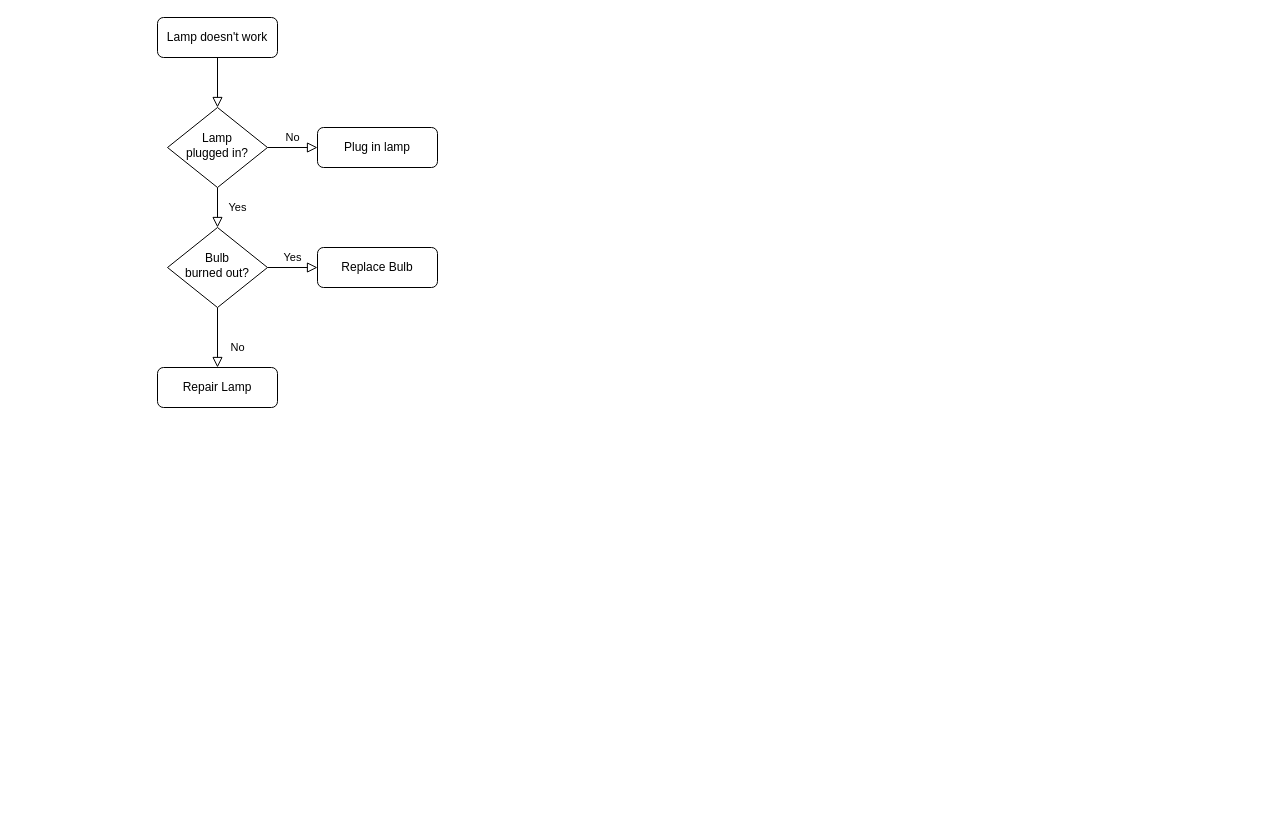
The draw.io diagram 调课迁移.drawio in innocence23/diagrams, before the edit. Source tidied: cells renumbered, new cells numbered last; positions are measured from the earlier drawing's top-left corner, leaving out a move shared by most shapes. Both pictures are drawn from the tidied source at 100%, with x=0, y=0 at pixel (157, 17).
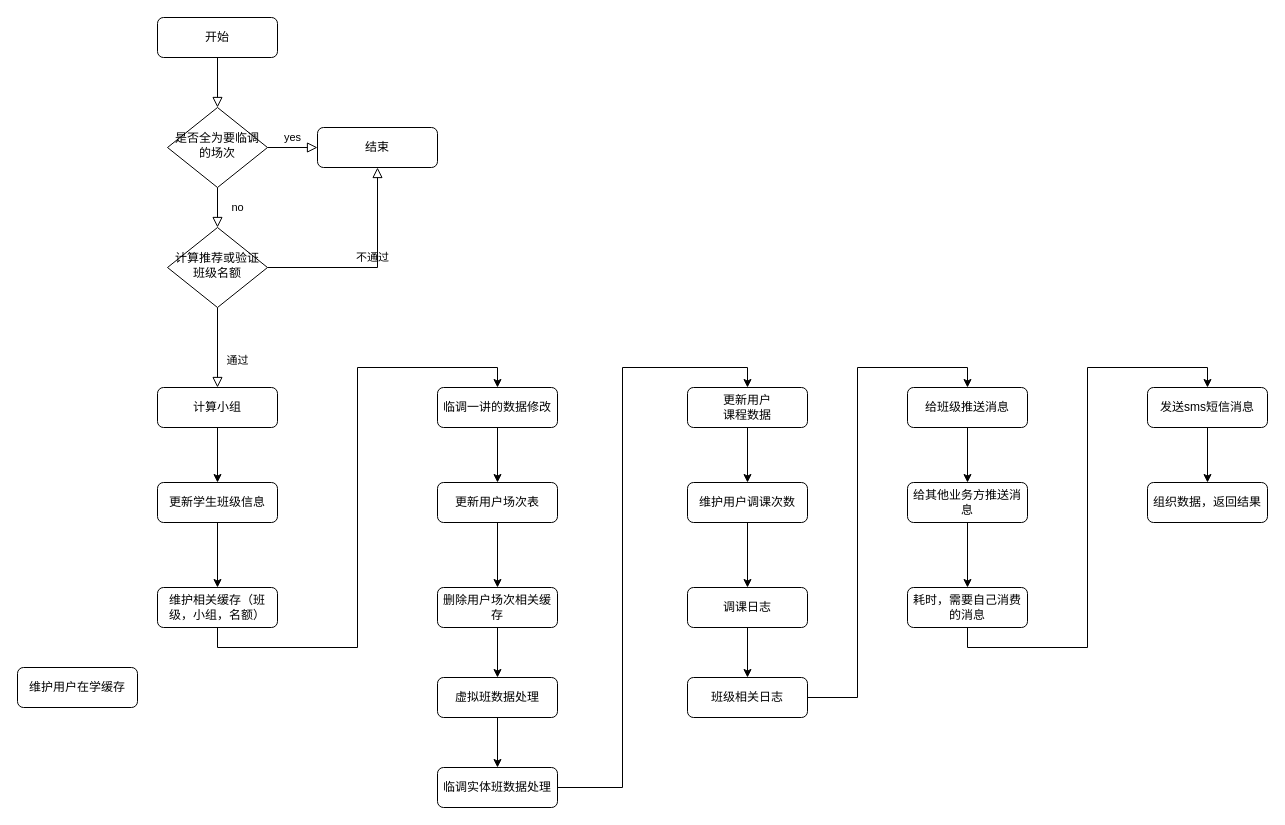
The same diagram, later.

Commit message:
更新调课迁移.drawio

Change to the diagram source:
```diff
@@
-    <mxCell id="3" value="Lamp doesn't work" style="rounded=1;whiteSpace=wrap;html=1;fontSize=12;glass=0;strokeWidth=1;shadow=0;" parent="1" vertex="1">
+    <mxCell id="3" value="开始" style="rounded=1;whiteSpace=wrap;html=1;fontSize=12;glass=0;strokeWidth=1;shadow=0;" parent="1" vertex="1">
       <mxGeometry width="120" height="40" as="geometry" />
     </mxCell>
-    <mxCell id="4" value="Yes" style="rounded=0;html=1;jettySize=auto;fontSize=11;endArrow=block;endFill=0;endSize=8;strokeWidth=1;shadow=0;labelBackgroundColor=none;edgeStyle=orthogonalEdgeStyle;" parent="1" edge="1" source="6" target="10">
+    <mxCell id="4" value="no" style="rounded=0;html=1;jettySize=auto;fontSize=11;endArrow=block;endFill=0;endSize=8;strokeWidth=1;shadow=0;labelBackgroundColor=none;edgeStyle=orthogonalEdgeStyle;" parent="1" edge="1" source="6" target="10">
       <mxGeometry y="20" relative="1" as="geometry" />
     </mxCell>
-    <mxCell id="5" value="No" style="edgeStyle=orthogonalEdgeStyle;rounded=0;html=1;jettySize=auto;fontSize=11;endArrow=block;endFill=0;endSize=8;strokeWidth=1;shadow=0;labelBackgroundColor=none;" parent="1" edge="1" source="6" target="7">
+    <mxCell id="5" value="yes" style="edgeStyle=orthogonalEdgeStyle;rounded=0;html=1;jettySize=auto;fontSize=11;endArrow=block;endFill=0;endSize=8;strokeWidth=1;shadow=0;labelBackgroundColor=none;" parent="1" edge="1" source="6" target="7">
       <mxGeometry y="10" relative="1" as="geometry" />
     </mxCell>
-    <mxCell id="6" value="Lamp&lt;br&gt;plugged in?" style="rhombus;whiteSpace=wrap;html=1;shadow=0;fontFamily=Helvetica;fontSize=12;align=center;strokeWidth=1;spacing=6;spacingTop=-4;" parent="1" vertex="1">
+    <mxCell id="6" value="是否全为要临调的场次" style="rhombus;whiteSpace=wrap;html=1;shadow=0;fontFamily=Helvetica;fontSize=12;align=center;strokeWidth=1;spacing=6;spacingTop=-4;" parent="1" vertex="1">
       <mxGeometry x="10" y="90" width="100" height="80" as="geometry" />
     </mxCell>
-    <mxCell id="7" value="Plug in lamp" style="rounded=1;whiteSpace=wrap;html=1;fontSize=12;glass=0;strokeWidth=1;shadow=0;" parent="1" vertex="1">
+    <mxCell id="7" value="结束" style="rounded=1;whiteSpace=wrap;html=1;fontSize=12;glass=0;strokeWidth=1;shadow=0;" parent="1" vertex="1">
       <mxGeometry x="160" y="110" width="120" height="40" as="geometry" />
     </mxCell>
-    <mxCell id="8" value="No" style="rounded=0;html=1;jettySize=auto;fontSize=11;endArrow=block;endFill=0;endSize=8;strokeWidth=1;shadow=0;labelBackgroundColor=none;edgeStyle=orthogonalEdgeStyle;" parent="1" edge="1" source="10" target="11">
+    <mxCell id="8" value="通过" style="rounded=0;html=1;jettySize=auto;fontSize=11;endArrow=block;endFill=0;endSize=8;strokeWidth=1;shadow=0;labelBackgroundColor=none;edgeStyle=orthogonalEdgeStyle;" parent="1" edge="1" source="10" target="11">
       <mxGeometry x="0.33" y="20" relative="1" as="geometry" />
     </mxCell>
-    <mxCell id="9" value="Yes" style="edgeStyle=orthogonalEdgeStyle;rounded=0;html=1;jettySize=auto;fontSize=11;endArrow=block;endFill=0;endSize=8;strokeWidth=1;shadow=0;labelBackgroundColor=none;" parent="1" edge="1" source="10" target="12">
+    <mxCell id="9" value="不通过" style="edgeStyle=orthogonalEdgeStyle;rounded=0;html=1;jettySize=auto;fontSize=11;endArrow=block;endFill=0;endSize=8;strokeWidth=1;shadow=0;labelBackgroundColor=none;" parent="1" edge="1" source="10" target="7">
       <mxGeometry y="10" relative="1" as="geometry" />
     </mxCell>
-    <mxCell id="10" value="Bulb&lt;br&gt;burned out?" style="rhombus;whiteSpace=wrap;html=1;shadow=0;fontFamily=Helvetica;fontSize=12;align=center;strokeWidth=1;spacing=6;spacingTop=-4;" parent="1" vertex="1">
+    <mxCell id="10" value="计算推荐或验证班级名额" style="rhombus;whiteSpace=wrap;html=1;shadow=0;fontFamily=Helvetica;fontSize=12;align=center;strokeWidth=1;spacing=6;spacingTop=-4;" parent="1" vertex="1">
       <mxGeometry x="10" y="210" width="100" height="80" as="geometry" />
     </mxCell>
+    <mxCell id="13" style="edgeStyle=orthogonalEdgeStyle;rounded=0;jettySize=auto;html=1;" parent="1" edge="1" source="11" target="19">
+      <mxGeometry relative="1" as="geometry" />
+    </mxCell>
-    <mxCell id="11" value="Repair Lamp" style="rounded=1;whiteSpace=wrap;html=1;fontSize=12;glass=0;strokeWidth=1;shadow=0;" parent="1" vertex="1">
-      <mxGeometry y="350" width="120" height="40" as="geometry" />
+    <mxCell id="11" value="计算小组" style="rounded=1;whiteSpace=wrap;html=1;fontSize=12;glass=0;strokeWidth=1;shadow=0;" parent="1" vertex="1">
+      <mxGeometry y="370" width="120" height="40" as="geometry" />
     </mxCell>
-    <mxCell id="12" value="Replace Bulb" style="rounded=1;whiteSpace=wrap;html=1;fontSize=12;glass=0;strokeWidth=1;shadow=0;" parent="1" vertex="1">
-      <mxGeometry x="160" y="230" width="120" height="40" as="geometry" />
-    </mxCell>
+    <mxCell id="14" style="edgeStyle=orthogonalEdgeStyle;rounded=0;jettySize=auto;html=1;entryX=0.5;entryY=0;entryDx=0;entryDy=0;" parent="1" edge="1" source="15" target="21">
+      <mxGeometry relative="1" as="geometry" />
+    </mxCell>
+    <mxCell id="15" value="临调一讲的数据修改" style="rounded=1;whiteSpace=wrap;html=1;fontSize=12;glass=0;strokeWidth=1;shadow=0;" parent="1" vertex="1">
+      <mxGeometry x="280" y="370" width="120" height="40" as="geometry" />
+    </mxCell>
+    <mxCell id="16" style="edgeStyle=orthogonalEdgeStyle;rounded=0;jettySize=auto;html=1;exitX=0.5;exitY=1;exitDx=0;exitDy=0;entryX=0.5;entryY=0;entryDx=0;entryDy=0;" parent="1" edge="1" source="17" target="15">
+      <mxGeometry relative="1" as="geometry" />
+    </mxCell>
+    <mxCell id="17" value="维护相关缓存（班级，小组，名额）" style="rounded=1;whiteSpace=wrap;html=1;fontSize=12;glass=0;strokeWidth=1;shadow=0;" parent="1" vertex="1">
+      <mxGeometry y="570" width="120" height="40" as="geometry" />
+    </mxCell>
+    <mxCell id="18" style="edgeStyle=orthogonalEdgeStyle;rounded=0;jettySize=auto;html=1;" parent="1" edge="1" source="19" target="17">
+      <mxGeometry relative="1" as="geometry" />
+    </mxCell>
+    <mxCell id="19" value="更新学生班级信息" style="rounded=1;whiteSpace=wrap;html=1;fontSize=12;glass=0;strokeWidth=1;shadow=0;" parent="1" vertex="1">
+      <mxGeometry y="465" width="120" height="40" as="geometry" />
+    </mxCell>
+    <mxCell id="20" style="edgeStyle=orthogonalEdgeStyle;rounded=0;jettySize=auto;html=1;entryX=0.5;entryY=0;entryDx=0;entryDy=0;" parent="1" edge="1" source="21" target="23">
+      <mxGeometry relative="1" as="geometry" />
+    </mxCell>
+    <mxCell id="21" value="更新用户场次表" style="rounded=1;whiteSpace=wrap;html=1;fontSize=12;glass=0;strokeWidth=1;shadow=0;" parent="1" vertex="1">
+      <mxGeometry x="280" y="465" width="120" height="40" as="geometry" />
+    </mxCell>
+    <mxCell id="22" style="edgeStyle=orthogonalEdgeStyle;rounded=0;jettySize=auto;html=1;" parent="1" edge="1" source="23" target="26">
+      <mxGeometry relative="1" as="geometry" />
+    </mxCell>
+    <mxCell id="23" value="删除用户场次相关缓存" style="rounded=1;whiteSpace=wrap;html=1;fontSize=12;glass=0;strokeWidth=1;shadow=0;" parent="1" vertex="1">
+      <mxGeometry x="280" y="570" width="120" height="40" as="geometry" />
+    </mxCell>
+    <mxCell id="24" value="维护用户在学缓存" style="rounded=1;whiteSpace=wrap;html=1;fontSize=12;glass=0;strokeWidth=1;shadow=0;" parent="1" vertex="1">
+      <mxGeometry x="-140" y="650" width="120" height="40" as="geometry" />
+    </mxCell>
+    <mxCell id="25" style="edgeStyle=orthogonalEdgeStyle;rounded=0;jettySize=auto;html=1;" parent="1" edge="1" source="26" target="28">
+      <mxGeometry relative="1" as="geometry" />
+    </mxCell>
+    <mxCell id="26" value="虚拟班数据处理" style="rounded=1;whiteSpace=wrap;html=1;fontSize=12;glass=0;strokeWidth=1;shadow=0;" parent="1" vertex="1">
+      <mxGeometry x="280" y="660" width="120" height="40" as="geometry" />
+    </mxCell>
+    <mxCell id="27" style="edgeStyle=orthogonalEdgeStyle;rounded=0;jettySize=auto;html=1;entryX=0.5;entryY=0;entryDx=0;entryDy=0;" parent="1" edge="1" source="28" target="30">
+      <mxGeometry relative="1" as="geometry" />
+    </mxCell>
+    <mxCell id="28" value="临调实体班数据处理" style="rounded=1;whiteSpace=wrap;html=1;fontSize=12;glass=0;strokeWidth=1;shadow=0;" parent="1" vertex="1">
+      <mxGeometry x="280" y="750" width="120" height="40" as="geometry" />
+    </mxCell>
+    <mxCell id="29" style="edgeStyle=orthogonalEdgeStyle;rounded=0;jettySize=auto;html=1;" parent="1" edge="1" source="30" target="32">
+      <mxGeometry relative="1" as="geometry" />
+    </mxCell>
+    <mxCell id="30" value="更新用户&lt;br&gt;课程数据" style="rounded=1;whiteSpace=wrap;html=1;fontSize=12;glass=0;strokeWidth=1;shadow=0;" parent="1" vertex="1">
+      <mxGeometry x="530" y="370" width="120" height="40" as="geometry" />
+    </mxCell>
+    <mxCell id="31" style="edgeStyle=orthogonalEdgeStyle;rounded=0;jettySize=auto;html=1;entryX=0.5;entryY=0;entryDx=0;entryDy=0;" parent="1" edge="1" source="32" target="34">
+      <mxGeometry relative="1" as="geometry" />
+    </mxCell>
+    <mxCell id="32" value="维护用户调课次数" style="rounded=1;whiteSpace=wrap;html=1;fontSize=12;glass=0;strokeWidth=1;shadow=0;" parent="1" vertex="1">
+      <mxGeometry x="530" y="465" width="120" height="40" as="geometry" />
+    </mxCell>
+    <mxCell id="33" style="edgeStyle=orthogonalEdgeStyle;rounded=0;jettySize=auto;html=1;" parent="1" edge="1" source="34" target="44">
+      <mxGeometry relative="1" as="geometry" />
+    </mxCell>
+    <mxCell id="34" value="调课日志" style="rounded=1;whiteSpace=wrap;html=1;fontSize=12;glass=0;strokeWidth=1;shadow=0;" parent="1" vertex="1">
+      <mxGeometry x="530" y="570" width="120" height="40" as="geometry" />
+    </mxCell>
+    <mxCell id="35" style="edgeStyle=orthogonalEdgeStyle;rounded=0;jettySize=auto;html=1;entryX=0.5;entryY=0;entryDx=0;entryDy=0;" parent="1" edge="1" source="36" target="38">
+      <mxGeometry relative="1" as="geometry" />
+    </mxCell>
+    <mxCell id="36" value="给班级推送消息" style="rounded=1;whiteSpace=wrap;html=1;fontSize=12;glass=0;strokeWidth=1;shadow=0;" parent="1" vertex="1">
+      <mxGeometry x="750" y="370" width="120" height="40" as="geometry" />
+    </mxCell>
+    <mxCell id="37" style="edgeStyle=orthogonalEdgeStyle;rounded=0;jettySize=auto;html=1;" parent="1" edge="1" source="38" target="40">
+      <mxGeometry relative="1" as="geometry" />
+    </mxCell>
+    <mxCell id="38" value="给其他业务方推送消息" style="rounded=1;whiteSpace=wrap;html=1;fontSize=12;glass=0;strokeWidth=1;shadow=0;" parent="1" vertex="1">
+      <mxGeometry x="750" y="465" width="120" height="40" as="geometry" />
+    </mxCell>
+    <mxCell id="39" style="edgeStyle=orthogonalEdgeStyle;rounded=0;jettySize=auto;html=1;exitX=0.5;exitY=1;exitDx=0;exitDy=0;entryX=0.5;entryY=0;entryDx=0;entryDy=0;" parent="1" edge="1" source="40" target="42">
+      <mxGeometry relative="1" as="geometry" />
+    </mxCell>
+    <mxCell id="40" value="耗时，需要自己消费的消息" style="rounded=1;whiteSpace=wrap;html=1;fontSize=12;glass=0;strokeWidth=1;shadow=0;" parent="1" vertex="1">
+      <mxGeometry x="750" y="570" width="120" height="40" as="geometry" />
+    </mxCell>
+    <mxCell id="41" style="edgeStyle=orthogonalEdgeStyle;rounded=0;jettySize=auto;html=1;" parent="1" edge="1" source="42" target="45">
+      <mxGeometry relative="1" as="geometry" />
+    </mxCell>
+    <mxCell id="42" value="发送sms短信消息" style="rounded=1;whiteSpace=wrap;html=1;fontSize=12;glass=0;strokeWidth=1;shadow=0;" parent="1" vertex="1">
+      <mxGeometry x="990" y="370" width="120" height="40" as="geometry" />
+    </mxCell>
+    <mxCell id="43" style="edgeStyle=orthogonalEdgeStyle;rounded=0;jettySize=auto;html=1;entryX=0.5;entryY=0;entryDx=0;entryDy=0;" parent="1" edge="1" source="44" target="36">
+      <mxGeometry relative="1" as="geometry" />
+    </mxCell>
+    <mxCell id="44" value="班级相关日志" style="rounded=1;whiteSpace=wrap;html=1;fontSize=12;glass=0;strokeWidth=1;shadow=0;" parent="1" vertex="1">
+      <mxGeometry x="530" y="660" width="120" height="40" as="geometry" />
+    </mxCell>
+    <mxCell id="45" value="组织数据，返回结果" style="rounded=1;whiteSpace=wrap;html=1;fontSize=12;glass=0;strokeWidth=1;shadow=0;" parent="1" vertex="1">
+      <mxGeometry x="990" y="465" width="120" height="40" as="geometry" />
+    </mxCell>
```
